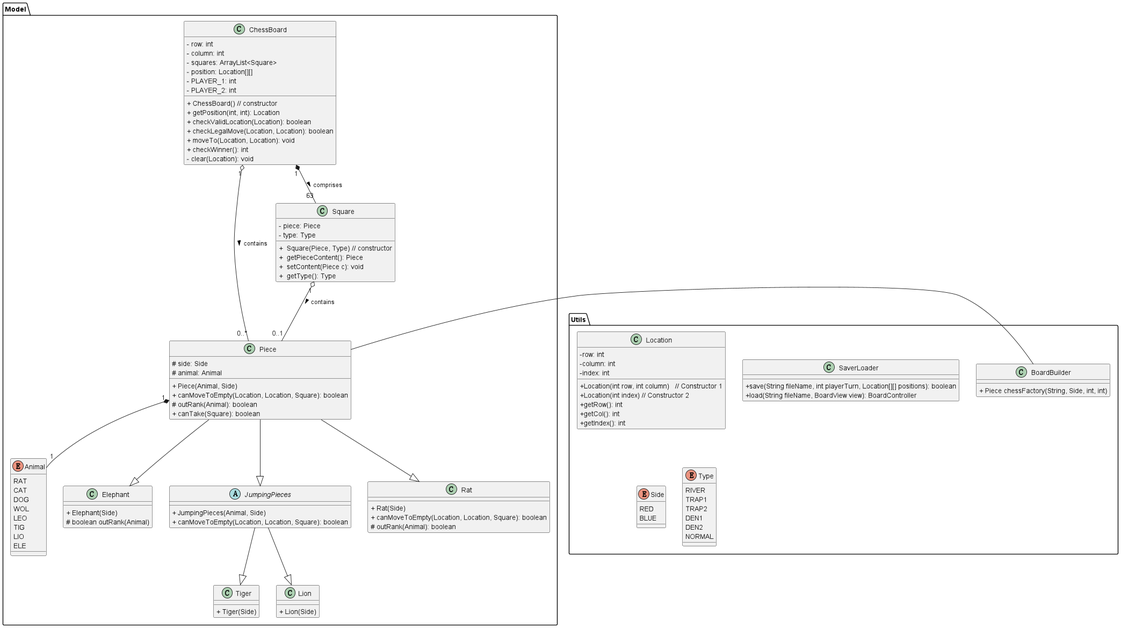
Earlier version of the PlantUML export UpdatedClassDiagram.png (Edo-kawa/SE-Project).
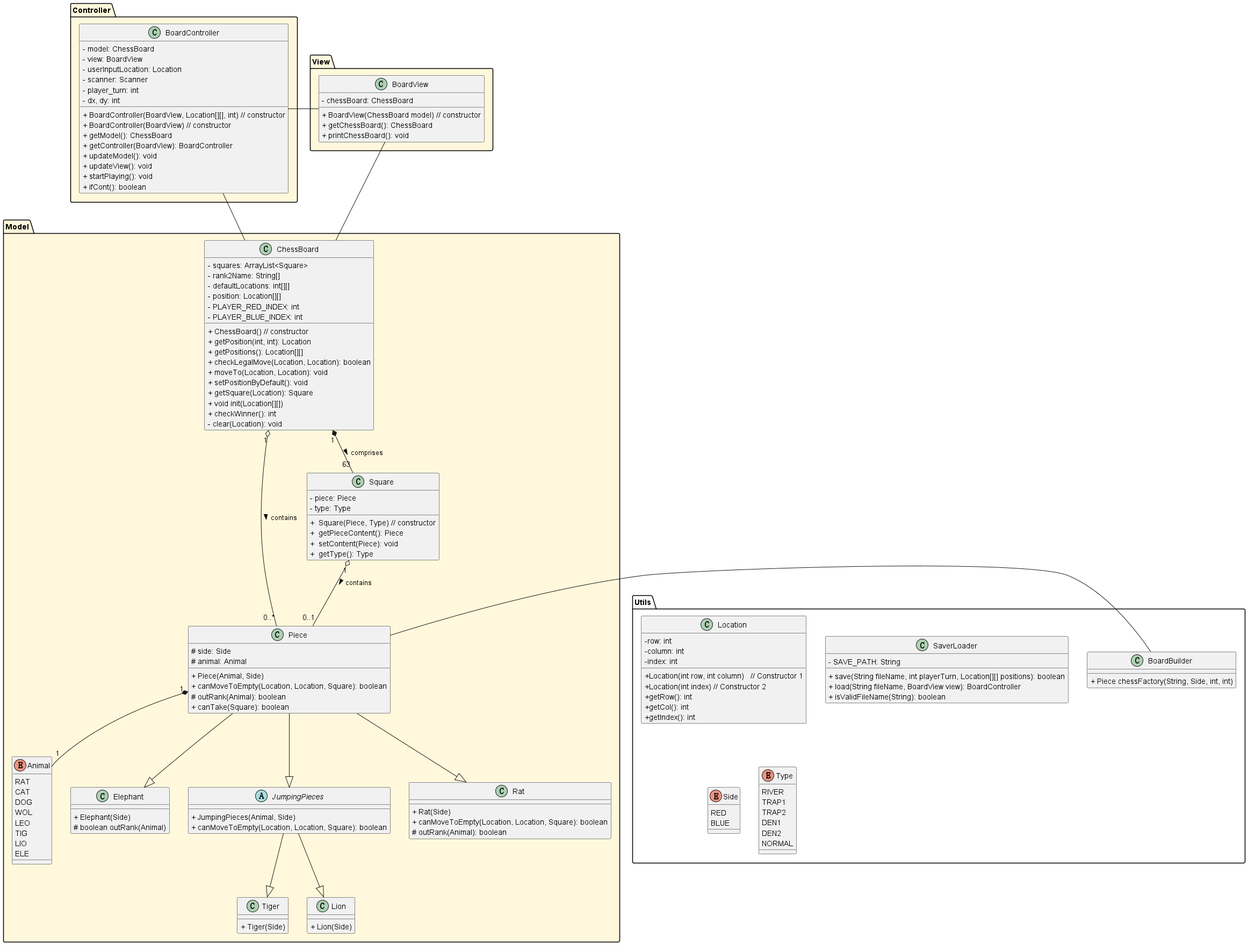
The same diagram one commit later.

Change to the diagram source:
```diff
@@ -1,6 +1,6 @@
 @startuml
 
-package "Model" {
+package "Model" #FFF8DC{
     ChessBoard "1" o-- "0..*" Piece: contains >
     ChessBoard "1" *-- "63" Square: comprises >
 
@@ -25,20 +25,56 @@
 Piece - BoardBuilder
 
 class ChessBoard {
-<plain>- row: int
-<plain>- column: int
 <plain>- squares: ArrayList<Square>
+<plain>- rank2Name: String[]
+<plain>- defaultLocations: int[][]
 <plain>- position: Location[][]
-<plain>- PLAYER_1: int
-<plain>- PLAYER_2: int
+<plain>- PLAYER_RED_INDEX: int
+<plain>- PLAYER_BLUE_INDEX: int
 
 <plain>+ ChessBoard() // constructor
 <plain>+ getPosition(int, int): Location
-<plain>+ checkValidLocation(Location): boolean
+<plain>+ getPositions(): Location[][]
 <plain>+ checkLegalMove(Location, Location): boolean
 <plain>+ moveTo(Location, Location): void
+<plain>+ setPositionByDefault(): void
+<plain>+ getSquare(Location): Square
+<plain>+ void init(Location[][])
 <plain>+ checkWinner(): int
 <plain>- clear(Location): void
+}
+
+
+package "View" #FFF8DC {
+    BoardView -- ChessBoard
+}
+
+package "Controller" #FFF8DC {
+    BoardController -- ChessBoard
+    BoardController - BoardView
+}
+class BoardController{
+<plain>- model: ChessBoard
+<plain>- view: BoardView
+<plain>- userInputLocation: Location
+<plain>- scanner: Scanner
+<plain>- player_turn: int
+<plain>- dx, dy: int
+<plain>+ BoardController(BoardView, Location[][], int) // constructor
+<plain>+ BoardController(BoardView) // constructor
+<plain>+ getModel(): ChessBoard
+<plain>+ getController(BoardView): BoardController
+<plain>+ updateModel(): void
+<plain>+ updateView(): void
+<plain>+ startPlaying(): void
+<plain>+ ifCont(): boolean
+}
+
+class BoardView{
+<plain>- chessBoard: ChessBoard
+<plain>+ BoardView(ChessBoard model) // constructor
+<plain>+ getChessBoard(): ChessBoard
+<plain>+ printChessBoard(): void
 }
 
 class Square {
@@ -47,7 +83,7 @@
 
     <plain>+  Square(Piece, Type) // constructor
     <plain>+  getPieceContent(): Piece
-    <plain>+  setContent(Piece c): void
+    <plain>+  setContent(Piece): void
     <plain>+  getType(): Type
 }
 
@@ -58,8 +94,6 @@
 }
 class Elephant{
     <plain>+ Elephant(Side)
-
-
     <plain># boolean outRank(Animal)
 }
 class Tiger{
@@ -124,8 +158,11 @@
 }
 
 class SaverLoader {
-    <plain>+save(String fileName, int playerTurn, Location[][] positions): boolean
-    <plain>+load(String fileName, BoardView view): BoardController
+    <plain>- SAVE_PATH: String
+    <plain>+ save(String fileName, int playerTurn, Location[][] positions): boolean
+    <plain>+ load(String fileName, BoardView view): BoardController
+    <plain>+ isValidFileName(String): boolean
+
 }
 
 class BoardBuilder {
```
